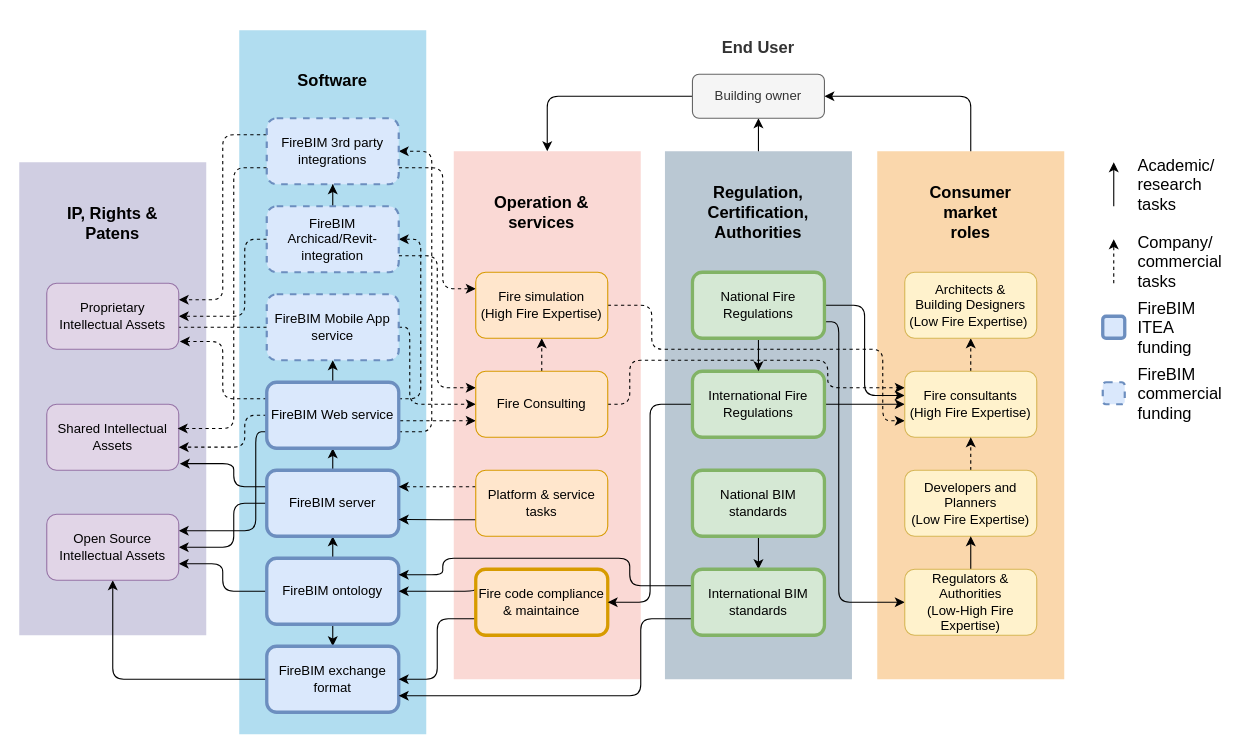
Above: diagram/FireBIM Market Value Chain Lite.drawio in Kristoffernegendahl/fireBIM (draw.io), before the change. Source tidied: cells renumbered, new cells numbered last; positions are measured from the earlier drawing's top-left corner, leaving out a move shared by most shapes. Both pictures are drawn from the tidied source at 110%, with x=0, y=0 at pixel (19, 19).
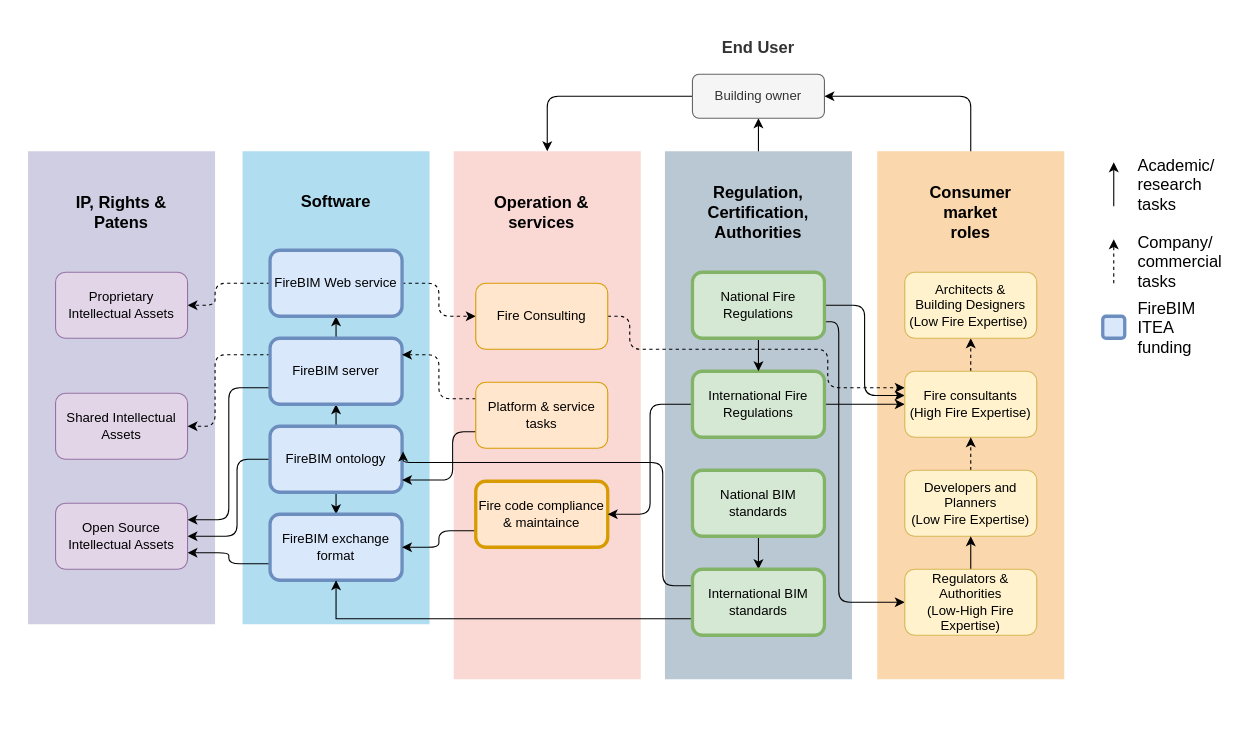
The same page after the edit.

The change refers to these unchanged cells:
```xml
<mxCell id="62" value="International BIM standards" style="rounded=1;whiteSpace=wrap;html=1;fillColor=#d5e8d4;strokeColor=#82b366;strokeWidth=3;" parent="1" vertex="1">
  <mxGeometry x="612" y="500" width="120" height="60" as="geometry" />
</mxCell>
<mxCell id="70" value="Fire consultants&lt;br&gt;(High Fire&amp;nbsp;Expertise)" style="rounded=1;whiteSpace=wrap;html=1;fillColor=#fff2cc;strokeColor=#d6b656;" parent="1" vertex="1">
  <mxGeometry x="805" y="320" width="120" height="60" as="geometry" />
</mxCell>
```

What changed in the source:
```diff
@@
     <mxCell id="2" style="rounded=0;html=1;strokeColor=none;fillColor=#d0cee2;whiteSpace=wrap;" parent="1" vertex="1">
-      <mxGeometry y="130" width="170" height="430" as="geometry" />
+      <mxGeometry x="8" y="120" width="170" height="430" as="geometry" />
     </mxCell>
     <mxCell id="3" style="rounded=0;whiteSpace=wrap;html=1;strokeColor=none;fillColor=#b1ddf0;" parent="1" vertex="1">
-      <mxGeometry x="200" y="10" width="170" height="640" as="geometry" />
+      <mxGeometry x="203" y="120" width="170" height="430" as="geometry" />
     </mxCell>
@@
     <mxCell id="7" value="Shared Intellectual Assets" style="rounded=1;whiteSpace=wrap;html=1;fillColor=#e1d5e7;strokeColor=#9673a6;" parent="1" vertex="1">
-      <mxGeometry x="25" y="350" width="120" height="60" as="geometry" />
+      <mxGeometry x="33" y="340" width="120" height="60" as="geometry" />
     </mxCell>
@@
-    <mxCell id="10" style="edgeStyle=orthogonalEdgeStyle;rounded=1;jettySize=auto;html=1;exitX=0;exitY=0.5;exitDx=0;exitDy=0;strokeColor=default;entryX=1;entryY=0.75;entryDx=0;entryDy=0;" parent="1" edge="1" source="11" target="47">
-      <mxGeometry relative="1" as="geometry" />
+    <mxCell id="10" style="edgeStyle=orthogonalEdgeStyle;rounded=1;jettySize=auto;html=1;exitX=0;exitY=0.5;exitDx=0;exitDy=0;entryX=1;entryY=0.5;entryDx=0;entryDy=0;" parent="1" edge="1" source="11" target="47">
+      <mxGeometry relative="1" as="geometry">
+        <Array as="points">
+          <mxPoint x="198" y="400" />
+          <mxPoint x="198" y="470" />
+        </Array>
+      </mxGeometry>
     </mxCell>
     <mxCell id="11" value="FireBIM ontology" style="rounded=1;whiteSpace=wrap;html=1;fillColor=#dae8fc;strokeColor=#6c8ebf;strokeWidth=3;" parent="1" vertex="1">
-      <mxGeometry x="225" y="490" width="120" height="60" as="geometry" />
+      <mxGeometry x="228" y="370" width="120" height="60" as="geometry" />
     </mxCell>
-    <mxCell id="12" style="edgeStyle=orthogonalEdgeStyle;rounded=1;jettySize=auto;html=1;exitX=0;exitY=0.5;exitDx=0;exitDy=0;entryX=0.5;entryY=1;entryDx=0;entryDy=0;" parent="1" edge="1" source="13" target="47">
+    <mxCell id="12" style="edgeStyle=orthogonalEdgeStyle;rounded=1;jettySize=auto;html=1;exitX=0;exitY=0.75;exitDx=0;exitDy=0;entryX=1;entryY=0.75;entryDx=0;entryDy=0;" parent="1" edge="1" source="13" target="47">
       <mxGeometry relative="1" as="geometry" />
     </mxCell>
     <mxCell id="13" value="FireBIM exchange format" style="rounded=1;whiteSpace=wrap;html=1;fillColor=#dae8fc;strokeColor=#6c8ebf;strokeWidth=3;" parent="1" vertex="1">
-      <mxGeometry x="225" y="570" width="120" height="60" as="geometry" />
+      <mxGeometry x="228" y="450" width="120" height="60" as="geometry" />
     </mxCell>
+    <mxCell id="16" style="edgeStyle=orthogonalEdgeStyle;rounded=0;jettySize=auto;html=1;exitX=0.5;exitY=0;exitDx=0;exitDy=0;entryX=0.5;entryY=1;entryDx=0;entryDy=0;" parent="1" edge="1" source="17" target="25">
+      <mxGeometry relative="1" as="geometry" />
+    </mxCell>
-    <mxCell id="14" style="edgeStyle=orthogonalEdgeStyle;rounded=1;jettySize=auto;html=1;exitX=0;exitY=0.5;exitDx=0;exitDy=0;entryX=1;entryY=0.5;entryDx=0;entryDy=0;" parent="1" edge="1" source="17" target="47">
-      <mxGeometry relative="1" as="geometry">
-        <Array as="points">
-          <mxPoint x="195" y="440" />
-          <mxPoint x="195" y="480" />
-        </Array>
-      </mxGeometry>
+    <mxCell id="14" style="edgeStyle=orthogonalEdgeStyle;rounded=1;jettySize=auto;html=1;exitX=0;exitY=0.75;exitDx=0;exitDy=0;entryX=1;entryY=0.25;entryDx=0;entryDy=0;" parent="1" edge="1" source="17" target="47">
+      <mxGeometry relative="1" as="geometry" />
     </mxCell>
-    <mxCell id="15" style="edgeStyle=orthogonalEdgeStyle;rounded=1;jettySize=auto;html=1;exitX=0;exitY=0.25;exitDx=0;exitDy=0;entryX=1.008;entryY=0.9;entryDx=0;entryDy=0;entryPerimeter=0;" parent="1" edge="1" source="17" target="7">
+    <mxCell id="15" style="edgeStyle=orthogonalEdgeStyle;rounded=1;jettySize=auto;html=1;exitX=0;exitY=0.25;exitDx=0;exitDy=0;entryX=1;entryY=0.5;entryDx=0;entryDy=0;dashed=1;" parent="1" edge="1" source="17" target="7">
       <mxGeometry relative="1" as="geometry">
         <Array as="points">
-          <mxPoint x="195" y="425" />
-          <mxPoint x="195" y="404" />
+          <mxPoint x="178" y="305" />
+          <mxPoint x="178" y="370" />
         </Array>
       </mxGeometry>
     </mxCell>
-    <mxCell id="16" style="edgeStyle=orthogonalEdgeStyle;rounded=0;jettySize=auto;html=1;exitX=0.5;exitY=0;exitDx=0;exitDy=0;entryX=0.5;entryY=1;entryDx=0;entryDy=0;" parent="1" edge="1" source="17" target="25">
-      <mxGeometry relative="1" as="geometry" />
-    </mxCell>
     <mxCell id="17" value="FireBIM server" style="rounded=1;whiteSpace=wrap;html=1;fillColor=#dae8fc;strokeColor=#6c8ebf;strokeWidth=3;" parent="1" vertex="1">
-      <mxGeometry x="225" y="410" width="120" height="60" as="geometry" />
+      <mxGeometry x="228" y="290" width="120" height="60" as="geometry" />
     </mxCell>
-    <mxCell id="18" style="edgeStyle=orthogonalEdgeStyle;rounded=1;jettySize=auto;html=1;exitX=0;exitY=0.5;exitDx=0;exitDy=0;dashed=1;" parent="1" edge="1" source="25">
-      <mxGeometry relative="1" as="geometry">
-        <mxPoint x="145" y="389" as="targetPoint" />
-        <Array as="points">
-          <mxPoint x="205" y="360" />
-          <mxPoint x="205" y="389" />
-        </Array>
-      </mxGeometry>
-    </mxCell>
-    <mxCell id="19" style="edgeStyle=orthogonalEdgeStyle;rounded=1;jettySize=auto;html=1;exitX=0;exitY=0.75;exitDx=0;exitDy=0;entryX=1;entryY=0.25;entryDx=0;entryDy=0;strokeColor=default;" parent="1" edge="1" source="25" target="47">
-      <mxGeometry relative="1" as="geometry">
-        <Array as="points">
-          <mxPoint x="215" y="375" />
-          <mxPoint x="215" y="465" />
-        </Array>
-      </mxGeometry>
-    </mxCell>
-    <mxCell id="20" style="edgeStyle=orthogonalEdgeStyle;rounded=0;jettySize=auto;html=1;exitX=0.5;exitY=0;exitDx=0;exitDy=0;entryX=0.5;entryY=1;entryDx=0;entryDy=0;" parent="1" edge="1" source="25" target="28">
-      <mxGeometry relative="1" as="geometry" />
-    </mxCell>
-    <mxCell id="21" style="edgeStyle=orthogonalEdgeStyle;rounded=1;jettySize=auto;html=1;exitX=1;exitY=0.25;exitDx=0;exitDy=0;entryX=1;entryY=0.5;entryDx=0;entryDy=0;dashed=1;" parent="1" edge="1" source="25" target="32">
-      <mxGeometry relative="1" as="geometry" />
-    </mxCell>
-    <mxCell id="22" style="edgeStyle=orthogonalEdgeStyle;rounded=1;jettySize=auto;html=1;exitX=1;exitY=0.75;exitDx=0;exitDy=0;entryX=1;entryY=0.5;entryDx=0;entryDy=0;dashed=1;" parent="1" edge="1" source="25" target="36">
-      <mxGeometry relative="1" as="geometry">
-        <Array as="points">
-          <mxPoint x="375" y="375" />
-          <mxPoint x="375" y="120" />
-        </Array>
-      </mxGeometry>
-    </mxCell>
-    <mxCell id="23" style="edgeStyle=orthogonalEdgeStyle;rounded=0;jettySize=auto;html=1;exitX=1;exitY=0.5;exitDx=0;exitDy=0;entryX=0;entryY=0.75;entryDx=0;entryDy=0;dashed=1;" parent="1" edge="1" source="25" target="40">
-      <mxGeometry relative="1" as="geometry">
-        <Array as="points">
-          <mxPoint x="345" y="365" />
-        </Array>
-      </mxGeometry>
+    <mxCell id="23" style="edgeStyle=orthogonalEdgeStyle;rounded=1;jettySize=auto;html=1;exitX=1;exitY=0.5;exitDx=0;exitDy=0;entryX=0;entryY=0.5;entryDx=0;entryDy=0;dashed=1;" parent="1" edge="1" source="25" target="40">
+      <mxGeometry relative="1" as="geometry" />
     </mxCell>
-    <mxCell id="24" style="edgeStyle=orthogonalEdgeStyle;rounded=1;jettySize=auto;html=1;exitX=0;exitY=0.25;exitDx=0;exitDy=0;strokeColor=default;entryX=1.008;entryY=0.883;entryDx=0;entryDy=0;entryPerimeter=0;dashed=1;" parent="1" edge="1" source="25" target="48">
-      <mxGeometry relative="1" as="geometry" />
+    <mxCell id="24" style="edgeStyle=orthogonalEdgeStyle;rounded=1;jettySize=auto;html=1;exitX=0;exitY=0.5;exitDx=0;exitDy=0;dashed=1;" parent="1" edge="1" source="25" target="48">
+      <mxGeometry relative="1" as="geometry">
+        <Array as="points">
+          <mxPoint x="178" y="240" />
+          <mxPoint x="178" y="260" />
+        </Array>
+      </mxGeometry>
     </mxCell>
     <mxCell id="25" value="FireBIM Web service" style="rounded=1;whiteSpace=wrap;html=1;fillColor=#dae8fc;strokeColor=#6c8ebf;strokeWidth=3;" parent="1" vertex="1">
-      <mxGeometry x="225" y="330" width="120" height="60" as="geometry" />
+      <mxGeometry x="228" y="210" width="120" height="60" as="geometry" />
     </mxCell>
-    <mxCell id="26" style="edgeStyle=orthogonalEdgeStyle;rounded=0;jettySize=auto;html=1;exitX=0;exitY=0.5;exitDx=0;exitDy=0;dashed=1;" parent="1" edge="1" source="28">
-      <mxGeometry relative="1" as="geometry">
-        <mxPoint x="135" y="280" as="targetPoint" />
-      </mxGeometry>
-    </mxCell>
-    <mxCell id="27" style="edgeStyle=orthogonalEdgeStyle;rounded=1;jettySize=auto;html=1;exitX=1;exitY=0.5;exitDx=0;exitDy=0;entryX=0;entryY=0.5;entryDx=0;entryDy=0;dashed=1;" parent="1" edge="1" source="28" target="40">
-      <mxGeometry relative="1" as="geometry">
-        <Array as="points">
-          <mxPoint x="355" y="280" />
-          <mxPoint x="355" y="350" />
-        </Array>
-      </mxGeometry>
-    </mxCell>
-    <mxCell id="28" value="FireBIM Mobile App service" style="rounded=1;whiteSpace=wrap;html=1;fillColor=#dae8fc;strokeColor=#6c8ebf;strokeWidth=2;dashed=1;" parent="1" vertex="1">
-      <mxGeometry x="225" y="250" width="120" height="60" as="geometry" />
-    </mxCell>
-    <mxCell id="29" style="edgeStyle=orthogonalEdgeStyle;rounded=1;jettySize=auto;html=1;exitX=0;exitY=0.5;exitDx=0;exitDy=0;entryX=1;entryY=0.5;entryDx=0;entryDy=0;dashed=1;" parent="1" edge="1" source="32" target="48">
-      <mxGeometry relative="1" as="geometry">
-        <Array as="points">
-          <mxPoint x="205" y="200" />
-          <mxPoint x="205" y="270" />
-        </Array>
-      </mxGeometry>
-    </mxCell>
-    <mxCell id="30" style="edgeStyle=orthogonalEdgeStyle;rounded=0;jettySize=auto;html=1;exitX=0.5;exitY=0;exitDx=0;exitDy=0;" parent="1" edge="1" source="32" target="36">
-      <mxGeometry relative="1" as="geometry" />
-    </mxCell>
-    <mxCell id="31" style="edgeStyle=orthogonalEdgeStyle;rounded=1;jettySize=auto;html=1;exitX=1;exitY=0.75;exitDx=0;exitDy=0;entryX=0;entryY=0.25;entryDx=0;entryDy=0;dashed=1;" parent="1" edge="1" source="32" target="40">
-      <mxGeometry relative="1" as="geometry" />
-    </mxCell>
-    <mxCell id="32" value="FireBIM Archicad/Revit-integration" style="rounded=1;whiteSpace=wrap;html=1;fillColor=#dae8fc;strokeColor=#6c8ebf;strokeWidth=2;dashed=1;" parent="1" vertex="1">
-      <mxGeometry x="225" y="170" width="120" height="60" as="geometry" />
-    </mxCell>
-    <mxCell id="33" style="edgeStyle=orthogonalEdgeStyle;rounded=1;jettySize=auto;html=1;exitX=0;exitY=0.25;exitDx=0;exitDy=0;entryX=1;entryY=0.25;entryDx=0;entryDy=0;dashed=1;" parent="1" edge="1" source="36" target="48">
-      <mxGeometry relative="1" as="geometry" />
-    </mxCell>
-    <mxCell id="34" style="edgeStyle=orthogonalEdgeStyle;rounded=1;jettySize=auto;html=1;exitX=0;exitY=0.75;exitDx=0;exitDy=0;entryX=0.992;entryY=0.367;entryDx=0;entryDy=0;entryPerimeter=0;dashed=1;" parent="1" edge="1" source="36" target="7">
-      <mxGeometry relative="1" as="geometry">
-        <Array as="points">
-          <mxPoint x="195" y="135" />
-          <mxPoint x="195" y="372" />
-        </Array>
-      </mxGeometry>
-    </mxCell>
-    <mxCell id="35" style="edgeStyle=orthogonalEdgeStyle;rounded=1;jettySize=auto;html=1;exitX=1;exitY=0.75;exitDx=0;exitDy=0;entryX=0;entryY=0.25;entryDx=0;entryDy=0;dashed=1;" parent="1" edge="1" source="36" target="50">
-      <mxGeometry relative="1" as="geometry">
-        <Array as="points">
-          <mxPoint x="385" y="135" />
-          <mxPoint x="385" y="245" />
-        </Array>
-      </mxGeometry>
-    </mxCell>
-    <mxCell id="36" value="FireBIM 3rd party integrations" style="rounded=1;whiteSpace=wrap;html=1;fillColor=#dae8fc;strokeColor=#6c8ebf;strokeWidth=2;dashed=1;" parent="1" vertex="1">
-      <mxGeometry x="225" y="90" width="120" height="60" as="geometry" />
-    </mxCell>
@@
     <mxCell id="38" style="edgeStyle=orthogonalEdgeStyle;rounded=1;jettySize=auto;html=1;exitX=1;exitY=0.5;exitDx=0;exitDy=0;entryX=0;entryY=0.25;entryDx=0;entryDy=0;dashed=1;" parent="1" edge="1" source="40" target="70">
       <mxGeometry relative="1" as="geometry">
         <Array as="points">
-          <mxPoint x="555" y="350" />
-          <mxPoint x="555" y="310" />
-          <mxPoint x="735" y="310" />
+          <mxPoint x="555" y="270" />
+          <mxPoint x="555" y="300" />
+          <mxPoint x="735" y="300" />
           <mxPoint x="735" y="335" />
         </Array>
       </mxGeometry>
     </mxCell>
-    <mxCell id="39" style="edgeStyle=orthogonalEdgeStyle;rounded=0;jettySize=auto;html=1;exitX=0.5;exitY=0;exitDx=0;exitDy=0;entryX=0.5;entryY=1;entryDx=0;entryDy=0;dashed=1;" parent="1" edge="1" source="40" target="50">
-      <mxGeometry relative="1" as="geometry" />
-    </mxCell>
     <mxCell id="40" value="Fire Consulting" style="rounded=1;whiteSpace=wrap;html=1;fillColor=#ffe6cc;strokeColor=#d79b00;" parent="1" vertex="1">
-      <mxGeometry x="415" y="320" width="120" height="60" as="geometry" />
+      <mxGeometry x="415" y="240" width="120" height="60" as="geometry" />
     </mxCell>
@@
     <mxCell id="43" value="Platform &amp;amp; service tasks" style="rounded=1;whiteSpace=wrap;html=1;fillColor=#ffe6cc;strokeColor=#d79b00;" parent="1" vertex="1">
-      <mxGeometry x="415" y="410" width="120" height="60" as="geometry" />
+      <mxGeometry x="415" y="330" width="120" height="60" as="geometry" />
     </mxCell>
@@
-    <mxCell id="45" style="edgeStyle=orthogonalEdgeStyle;rounded=1;jettySize=auto;html=1;exitX=0;exitY=0.25;exitDx=0;exitDy=0;entryX=1;entryY=0.5;entryDx=0;entryDy=0;" parent="1" edge="1" source="46" target="11">
-      <mxGeometry relative="1" as="geometry">
-        <Array as="points">
-          <mxPoint x="415" y="520" />
-        </Array>
-      </mxGeometry>
-    </mxCell>
     <mxCell id="46" value="Fire code compliance &amp;amp; maintaince" style="rounded=1;whiteSpace=wrap;html=1;fillColor=#ffe6cc;strokeColor=#d79b00;strokeWidth=3;" parent="1" vertex="1">
-      <mxGeometry x="415" y="500" width="120" height="60" as="geometry" />
+      <mxGeometry x="415" y="420" width="120" height="60" as="geometry" />
     </mxCell>
     <mxCell id="47" value="Open Source Intellectual Assets" style="rounded=1;whiteSpace=wrap;html=1;fillColor=#e1d5e7;strokeColor=#9673a6;" parent="1" vertex="1">
-      <mxGeometry x="25" y="450" width="120" height="60" as="geometry" />
+      <mxGeometry x="33" y="440" width="120" height="60" as="geometry" />
     </mxCell>
     <mxCell id="48" value="Proprietary Intellectual Assets" style="rounded=1;whiteSpace=wrap;html=1;fillColor=#e1d5e7;strokeColor=#9673a6;" parent="1" vertex="1">
-      <mxGeometry x="25" y="240" width="120" height="60" as="geometry" />
+      <mxGeometry x="33" y="230" width="120" height="60" as="geometry" />
     </mxCell>
-    <mxCell id="49" style="edgeStyle=orthogonalEdgeStyle;rounded=1;jettySize=auto;html=1;exitX=1;exitY=0.5;exitDx=0;exitDy=0;entryX=0;entryY=0.75;entryDx=0;entryDy=0;dashed=1;" parent="1" edge="1" source="50" target="70">
-      <mxGeometry relative="1" as="geometry">
-        <Array as="points">
-          <mxPoint x="575" y="260" />
-          <mxPoint x="575" y="300" />
-          <mxPoint x="785" y="300" />
-          <mxPoint x="785" y="365" />
-        </Array>
-      </mxGeometry>
-    </mxCell>
-    <mxCell id="50" value="Fire simulation&lt;br&gt;(High Fire Expertise)" style="rounded=1;whiteSpace=wrap;html=1;fillColor=#ffe6cc;strokeColor=#d79b00;" parent="1" vertex="1">
-      <mxGeometry x="415" y="230" width="120" height="60" as="geometry" />
-    </mxCell>
     <mxCell id="51" value="Software" style="rounded=1;whiteSpace=wrap;html=1;arcSize=50;fillColor=none;strokeColor=none;fontStyle=1;fontSize=15;" parent="1" vertex="1">
-      <mxGeometry x="225" y="40" width="120" height="30" as="geometry" />
+      <mxGeometry x="228" y="150" width="120" height="30" as="geometry" />
     </mxCell>
     <mxCell id="52" value="IP, Rights &amp;amp; Patens" style="rounded=1;whiteSpace=wrap;html=1;arcSize=50;fillColor=none;strokeColor=none;fontStyle=1;fontSize=15;" parent="1" vertex="1">
-      <mxGeometry x="25" y="170" width="120" height="30" as="geometry" />
+      <mxGeometry x="33" y="160" width="120" height="30" as="geometry" />
     </mxCell>
@@
-    <mxCell id="60" style="edgeStyle=orthogonalEdgeStyle;rounded=1;jettySize=auto;html=1;exitX=0;exitY=0.75;exitDx=0;exitDy=0;entryX=1;entryY=0.75;entryDx=0;entryDy=0;" parent="1" edge="1" source="62" target="13">
-      <mxGeometry relative="1" as="geometry">
-        <Array as="points">
-          <mxPoint x="565" y="545" />
-          <mxPoint x="565" y="615" />
-        </Array>
-      </mxGeometry>
+    <mxCell id="60" style="edgeStyle=orthogonalEdgeStyle;rounded=0;jettySize=auto;html=1;exitX=0;exitY=0.75;exitDx=0;exitDy=0;entryX=0.5;entryY=1;entryDx=0;entryDy=0;" parent="1" edge="1" source="62" target="13">
+      <mxGeometry relative="1" as="geometry" />
     </mxCell>
-    <mxCell id="61" style="edgeStyle=orthogonalEdgeStyle;rounded=1;jettySize=auto;html=1;exitX=0;exitY=0.25;exitDx=0;exitDy=0;entryX=1;entryY=0.25;entryDx=0;entryDy=0;" parent="1" edge="1" source="62" target="11">
+    <mxCell id="61" style="edgeStyle=orthogonalEdgeStyle;rounded=1;jettySize=auto;html=1;exitX=0;exitY=0.25;exitDx=0;exitDy=0;entryX=1.008;entryY=0.383;entryDx=0;entryDy=0;entryPerimeter=0;" parent="1" edge="1" source="62" target="11">
       <mxGeometry relative="1" as="geometry">
         <Array as="points">
-          <mxPoint x="555" y="515" />
-          <mxPoint x="555" y="490" />
-          <mxPoint x="385" y="490" />
-          <mxPoint x="385" y="505" />
+          <mxPoint x="585" y="515" />
+          <mxPoint x="585" y="403" />
         </Array>
       </mxGeometry>
     </mxCell>
@@
-    <mxCell id="86" style="rounded=1;whiteSpace=wrap;html=1;fillColor=#dae8fc;strokeColor=#6c8ebf;strokeWidth=2;dashed=1;" parent="1" vertex="1">
-      <mxGeometry x="985" y="330" width="20" height="20" as="geometry" />
-    </mxCell>
-    <mxCell id="87" value="FireBIM commercial funding" style="text;html=1;strokeColor=none;fillColor=none;align=left;verticalAlign=middle;whiteSpace=wrap;rounded=0;dashed=1;fontSize=15;" parent="1" vertex="1">
-      <mxGeometry x="1015" y="330" width="40" height="20" as="geometry" />
-    </mxCell>
```
